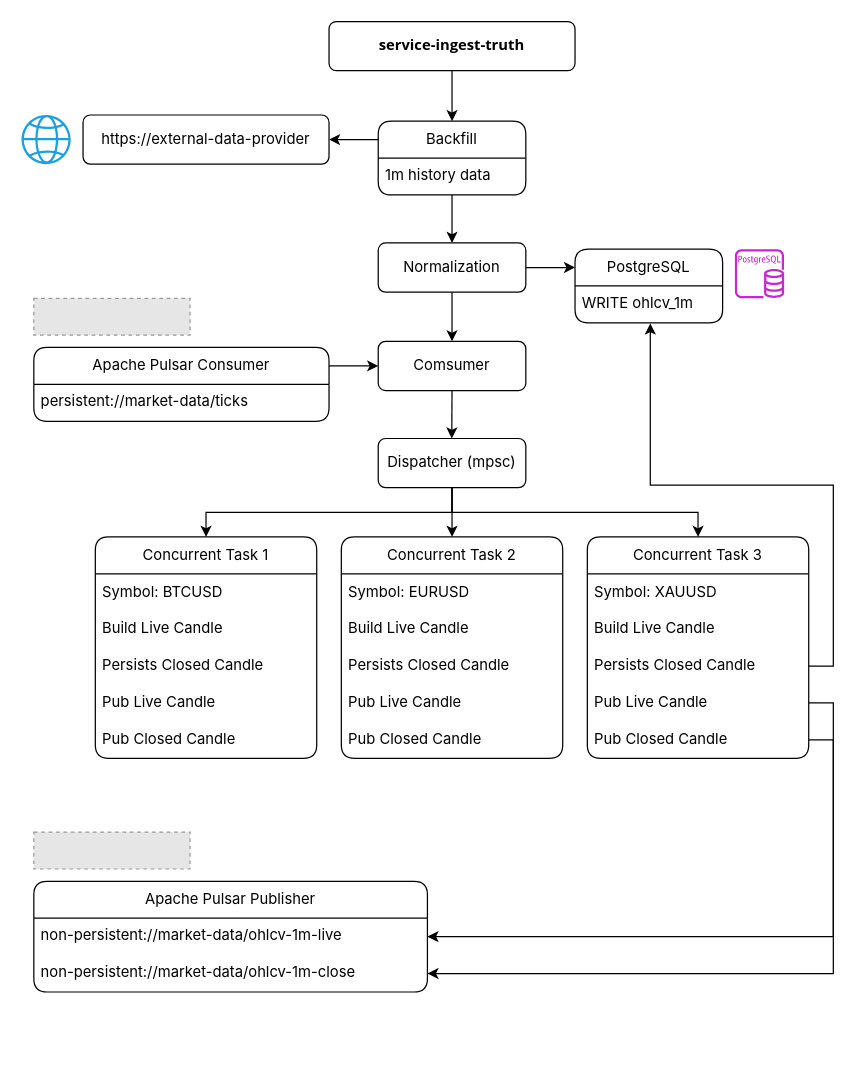
rey-sudo/blacker keeps this draw.io diagram as backend/service-docs/docs/assets/service-ingest-truth.drawio. Above is the earlier version. Source tidied: cells renumbered, new cells numbered last; positions are measured from the earlier drawing's top-left corner, leaving out a move shared by most shapes. Both pictures are drawn from the tidied source at 123%, with x=0, y=0 at pixel (21, 21). Pictures stored in the file or linked from it are replaced by grey dashed boxes.
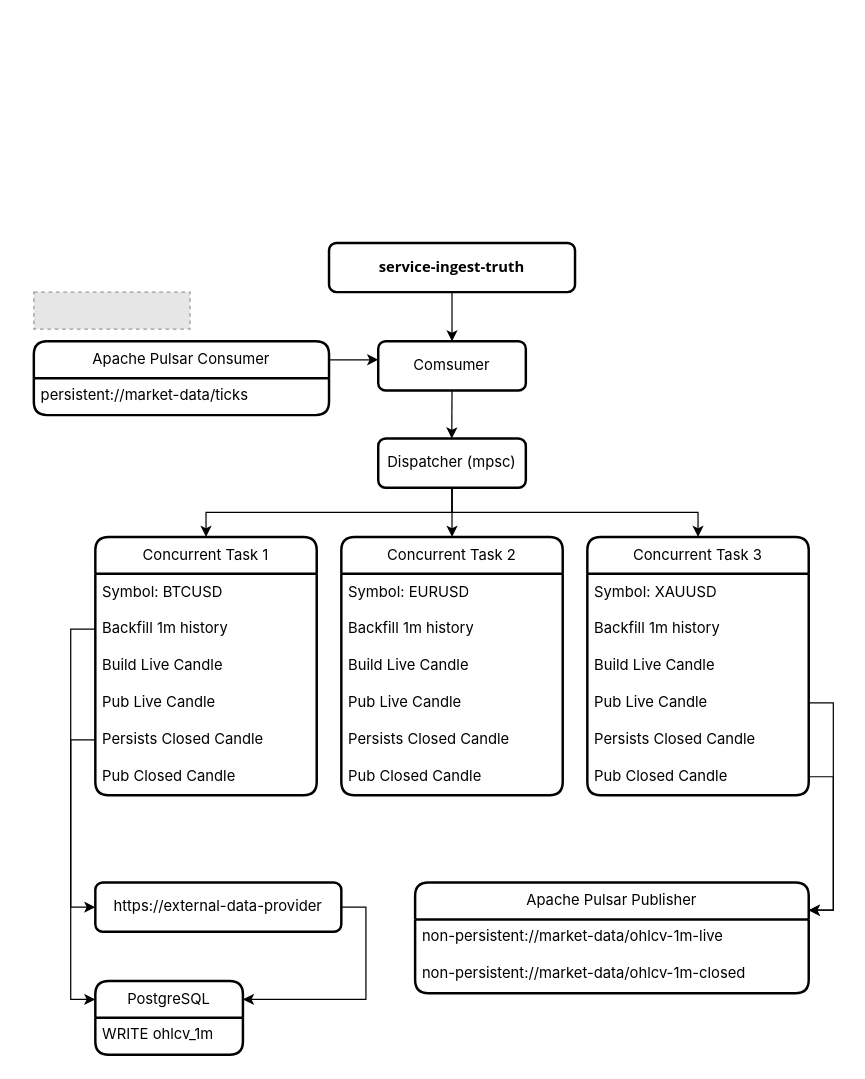
The same diagram, later.

The change refers to these unchanged cells:
```xml
<mxCell id="31" value="Pub Live Candle" style="text;strokeColor=none;fillColor=none;align=left;verticalAlign=middle;spacingLeft=4;spacingRight=4;overflow=hidden;points=[[0,0.5],[1,0.5]];portConstraint=eastwest;whiteSpace=wrap;html=1;arcSize=12;fontFamily=Inter;" parent="27" vertex="1">
  <mxGeometry y="120" width="180" height="30" as="geometry" />
</mxCell>
<mxCell id="49" value="non-persistent://market-data/ohlcv-1m-live" style="text;strokeColor=none;fillColor=none;align=left;verticalAlign=top;spacingLeft=4;spacingRight=4;overflow=hidden;points=[[0,0.5],[1,0.5]];portConstraint=eastwest;whiteSpace=wrap;html=1;fontSize=12;fontFamily=Inter;" parent="48" vertex="1">
  <mxGeometry y="30" width="320" height="30" as="geometry" />
</mxCell>
```

What changed in the source:
```diff
@@
-    <mxCell id="2" style="edgeStyle=orthogonalEdgeStyle;rounded=0;jettySize=auto;html=1;exitX=0.5;exitY=1;exitDx=0;exitDy=0;entryX=0.5;entryY=0;entryDx=0;entryDy=0;fontFamily=Inter;" parent="1" edge="1" source="3" target="4">
-      <mxGeometry relative="1" as="geometry" />
-    </mxCell>
+    <mxCell id="53" style="edgeStyle=orthogonalEdgeStyle;rounded=0;jettySize=auto;html=1;exitX=0.5;exitY=1;exitDx=0;exitDy=0;entryX=0.5;entryY=0;entryDx=0;entryDy=0;" parent="1" edge="1" source="3" target="13">
+      <mxGeometry relative="1" as="geometry" />
+    </mxCell>
-    <mxCell id="3" value="&lt;b&gt;&lt;font face=&quot;Open Sans&quot;&gt;service-ingest-truth&lt;/font&gt;&lt;/b&gt;" style="rounded=1;whiteSpace=wrap;html=1;fontFamily=Inter;fontSize=12;" parent="1" vertex="1">
-      <mxGeometry x="250" width="200" height="40" as="geometry" />
+    <mxCell id="3" value="&lt;b&gt;&lt;font face=&quot;Open Sans&quot;&gt;service-ingest-truth&lt;/font&gt;&lt;/b&gt;" style="rounded=1;whiteSpace=wrap;html=1;fontFamily=Inter;fontSize=12;strokeWidth=2;" parent="1" vertex="1">
+      <mxGeometry x="250" y="180" width="200" height="40" as="geometry" />
     </mxCell>
-    <mxCell id="4" value="Backfill" style="swimlane;fontStyle=0;horizontal=1;startSize=30;whiteSpace=wrap;html=1;fontFamily=Inter;fontSize=12;verticalAlign=middle;rounded=1;arcSize=12;" parent="1" vertex="1">
-      <mxGeometry x="290" y="81" width="120" height="60" as="geometry" />
-    </mxCell>
-    <mxCell id="5" value="1m history data" style="text;strokeColor=none;fillColor=none;align=left;verticalAlign=top;spacingLeft=4;spacingRight=4;overflow=hidden;points=[[0,0.5],[1,0.5]];portConstraint=eastwest;whiteSpace=wrap;html=1;fontFamily=Inter;fontSize=12;" parent="4" vertex="1">
-      <mxGeometry y="30" width="120" height="30" as="geometry" />
-    </mxCell>
-    <mxCell id="6" style="edgeStyle=orthogonalEdgeStyle;rounded=0;jettySize=auto;html=1;exitX=0.5;exitY=1;exitDx=0;exitDy=0;entryX=0.5;entryY=0;entryDx=0;entryDy=0;fontFamily=Inter;" parent="1" edge="1" source="8">
-      <mxGeometry relative="1" as="geometry">
-        <mxPoint x="350" y="260" as="targetPoint" />
-      </mxGeometry>
-    </mxCell>
-    <mxCell id="7" style="edgeStyle=orthogonalEdgeStyle;rounded=0;jettySize=auto;html=1;exitX=1;exitY=0.5;exitDx=0;exitDy=0;entryX=0;entryY=0.25;entryDx=0;entryDy=0;fontFamily=Inter;" parent="1" edge="1" source="8" target="42">
-      <mxGeometry relative="1" as="geometry" />
-    </mxCell>
-    <mxCell id="8" value="&lt;font&gt;Normalization&lt;/font&gt;" style="rounded=1;whiteSpace=wrap;html=1;fontFamily=Inter;" parent="1" vertex="1">
-      <mxGeometry x="290" y="180" width="120" height="40" as="geometry" />
-    </mxCell>
     <mxCell id="9" style="fillColor=#E6E6E6;strokeColor=#999999;dashed=1;fontFamily=Inter;" parent="1" vertex="1">
-      <mxGeometry x="10" y="225" width="127" height="30" as="geometry" />
+      <mxGeometry x="10" y="220" width="127" height="30" as="geometry" />
     </mxCell>
-    <mxCell id="10" style="edgeStyle=orthogonalEdgeStyle;rounded=0;jettySize=auto;html=1;exitX=0.5;exitY=0;exitDx=0;exitDy=0;entryX=0.5;entryY=1;entryDx=0;entryDy=0;entryPerimeter=0;startArrow=classic;startFill=1;endArrow=none;endFill=0;fontFamily=Inter;" parent="1" edge="1" source="8" target="5">
-      <mxGeometry relative="1" as="geometry" />
-    </mxCell>
-    <mxCell id="11" style="edgeStyle=orthogonalEdgeStyle;rounded=0;jettySize=auto;html=1;exitX=1;exitY=0.5;exitDx=0;exitDy=0;entryX=0;entryY=0.25;entryDx=0;entryDy=0;endArrow=none;endFill=0;startArrow=classic;startFill=1;fontFamily=Inter;" parent="1" edge="1" source="39" target="4">
-      <mxGeometry relative="1" as="geometry">
-        <Array as="points">
-          <mxPoint x="270" y="96" />
-          <mxPoint x="270" y="96" />
-        </Array>
-      </mxGeometry>
-    </mxCell>
-    <mxCell id="12" style="edgeStyle=orthogonalEdgeStyle;rounded=0;jettySize=auto;html=1;exitX=0.5;exitY=1;exitDx=0;exitDy=0;fontFamily=Inter;" parent="1" edge="1" source="13">
+    <mxCell id="12" style="edgeStyle=orthogonalEdgeStyle;rounded=0;orthogonalLoop=1;jettySize=auto;html=1;exitX=0.5;exitY=1;exitDx=0;exitDy=0;fontFamily=Inter;" parent="1" edge="1">
       <mxGeometry relative="1" as="geometry">
+        <mxPoint x="350" y="300" as="sourcePoint" />
         <mxPoint x="349.8" y="339" as="targetPoint" />
       </mxGeometry>
     </mxCell>
-    <mxCell id="13" value="&lt;font&gt;Comsumer&lt;/font&gt;" style="rounded=1;whiteSpace=wrap;html=1;fontFamily=Inter;" parent="1" vertex="1">
-      <mxGeometry x="290" y="260" width="120" height="40" as="geometry" />
-    </mxCell>
-    <mxCell id="14" style="edgeStyle=orthogonalEdgeStyle;rounded=0;jettySize=auto;html=1;exitX=1;exitY=0.25;exitDx=0;exitDy=0;entryX=0;entryY=0.5;entryDx=0;entryDy=0;fontFamily=Inter;" parent="1" edge="1" source="15" target="13">
-      <mxGeometry relative="1" as="geometry" />
+    <mxCell id="14" style="edgeStyle=orthogonalEdgeStyle;rounded=0;jettySize=auto;html=1;exitX=1;exitY=0.25;exitDx=0;exitDy=0;entryX=0;entryY=0.5;entryDx=0;entryDy=0;fontFamily=Inter;" parent="1" edge="1" source="15">
+      <mxGeometry relative="1" as="geometry">
+        <mxPoint x="290" y="275" as="targetPoint" />
+      </mxGeometry>
     </mxCell>
-    <mxCell id="15" value="Apache Pulsar Consumer" style="swimlane;fontStyle=0;horizontal=1;startSize=30;whiteSpace=wrap;html=1;fontSize=12;fontFamily=Inter;verticalAlign=middle;rounded=1;arcSize=12;" parent="1" vertex="1">
-      <mxGeometry x="10" y="265" width="240" height="60" as="geometry" />
+    <mxCell id="15" value="Apache Pulsar Consumer" style="swimlane;fontStyle=0;horizontal=1;startSize=30;whiteSpace=wrap;html=1;fontSize=12;fontFamily=Inter;verticalAlign=middle;rounded=1;arcSize=12;strokeWidth=2;" parent="1" vertex="1">
+      <mxGeometry x="10" y="260" width="240" height="60" as="geometry" />
     </mxCell>
@@
-    <mxCell id="20" value="Dispatcher (mpsc)" style="rounded=1;whiteSpace=wrap;html=1;fontFamily=Inter;" parent="1" vertex="1">
+    <mxCell id="20" value="Dispatcher (mpsc)" style="rounded=1;whiteSpace=wrap;html=1;fontFamily=Inter;strokeWidth=2;" parent="1" vertex="1">
       <mxGeometry x="290" y="339" width="120" height="40" as="geometry" />
     </mxCell>
-    <mxCell id="21" value="Concurrent Task 2" style="swimlane;fontStyle=0;horizontal=1;startSize=30;whiteSpace=wrap;html=1;rounded=1;arcSize=12;fontFamily=Inter;" parent="1" vertex="1">
-      <mxGeometry x="260" y="419" width="180" height="180" as="geometry" />
+    <mxCell id="21" value="Concurrent Task 2" style="swimlane;fontStyle=0;horizontal=1;startSize=30;whiteSpace=wrap;html=1;rounded=1;arcSize=12;fontFamily=Inter;strokeWidth=2;" parent="1" vertex="1">
+      <mxGeometry x="260" y="419" width="180" height="210" as="geometry" />
     </mxCell>
@@
-    <mxCell id="23" value="Build Live Candle" style="text;strokeColor=none;fillColor=none;align=left;verticalAlign=middle;spacingLeft=4;spacingRight=4;overflow=hidden;whiteSpace=wrap;html=1;arcSize=12;fontFamily=Inter;" parent="21" vertex="1">
-      <mxGeometry y="60" width="180" height="30" as="geometry" />
-    </mxCell>
+    <mxCell id="54" value="Backfill 1m history" style="text;strokeColor=none;fillColor=none;align=left;verticalAlign=middle;spacingLeft=4;spacingRight=4;overflow=hidden;whiteSpace=wrap;html=1;arcSize=12;fontFamily=Inter;" parent="21" vertex="1">
+      <mxGeometry y="60" width="180" height="30" as="geometry" />
+    </mxCell>
+    <mxCell id="55" value="Build Live Candle" style="text;strokeColor=none;fillColor=none;align=left;verticalAlign=middle;spacingLeft=4;spacingRight=4;overflow=hidden;whiteSpace=wrap;html=1;arcSize=12;fontFamily=Inter;" parent="21" vertex="1">
+      <mxGeometry y="90" width="180" height="30" as="geometry" />
+    </mxCell>
-    <mxCell id="24" value="Persists Closed Candle" style="text;strokeColor=none;fillColor=none;align=left;verticalAlign=middle;spacingLeft=4;spacingRight=4;overflow=hidden;whiteSpace=wrap;html=1;arcSize=12;fontFamily=Inter;" parent="21" vertex="1">
-      <mxGeometry y="90" width="180" height="30" as="geometry" />
+    <mxCell id="24" value="Pub Live Candle" style="text;strokeColor=none;fillColor=none;align=left;verticalAlign=middle;spacingLeft=4;spacingRight=4;overflow=hidden;whiteSpace=wrap;html=1;arcSize=12;fontFamily=Inter;" parent="21" vertex="1">
+      <mxGeometry y="120" width="180" height="30" as="geometry" />
     </mxCell>
-    <mxCell id="25" value="Pub Live Candle" style="text;strokeColor=none;fillColor=none;align=left;verticalAlign=middle;spacingLeft=4;spacingRight=4;overflow=hidden;whiteSpace=wrap;html=1;arcSize=12;fontFamily=Inter;" parent="21" vertex="1">
-      <mxGeometry y="120" width="180" height="30" as="geometry" />
+    <mxCell id="25" value="Persists Closed Candle" style="text;strokeColor=none;fillColor=none;align=left;verticalAlign=middle;spacingLeft=4;spacingRight=4;overflow=hidden;whiteSpace=wrap;html=1;arcSize=12;fontFamily=Inter;" parent="21" vertex="1">
+      <mxGeometry y="150" width="180" height="30" as="geometry" />
     </mxCell>
     <mxCell id="26" value="Pub Closed Candle" style="text;strokeColor=none;fillColor=none;align=left;verticalAlign=middle;spacingLeft=4;spacingRight=4;overflow=hidden;whiteSpace=wrap;html=1;arcSize=12;fontFamily=Inter;" parent="21" vertex="1">
-      <mxGeometry y="150" width="180" height="30" as="geometry" />
+      <mxGeometry y="180" width="180" height="30" as="geometry" />
     </mxCell>
-    <mxCell id="27" value="Concurrent Task 3" style="swimlane;fontStyle=0;horizontal=1;startSize=30;whiteSpace=wrap;html=1;rounded=1;arcSize=12;fontFamily=Inter;" parent="1" vertex="1">
-      <mxGeometry x="460" y="419" width="180" height="180" as="geometry" />
+    <mxCell id="27" value="Concurrent Task 3" style="swimlane;fontStyle=0;horizontal=1;startSize=30;whiteSpace=wrap;html=1;rounded=1;arcSize=12;fontFamily=Inter;strokeWidth=2;" parent="1" vertex="1">
+      <mxGeometry x="460" y="419" width="180" height="210" as="geometry" />
     </mxCell>
@@
-    <mxCell id="29" value="Build Live Candle" style="text;strokeColor=none;fillColor=none;align=left;verticalAlign=middle;spacingLeft=4;spacingRight=4;overflow=hidden;whiteSpace=wrap;html=1;arcSize=12;fontFamily=Inter;" parent="27" vertex="1">
+    <mxCell id="29" value="Backfill 1m history" style="text;strokeColor=none;fillColor=none;align=left;verticalAlign=middle;spacingLeft=4;spacingRight=4;overflow=hidden;whiteSpace=wrap;html=1;arcSize=12;fontFamily=Inter;" parent="27" vertex="1">
       <mxGeometry y="60" width="180" height="30" as="geometry" />
     </mxCell>
-    <mxCell id="30" value="Persists Closed Candle" style="text;strokeColor=none;fillColor=none;align=left;verticalAlign=middle;spacingLeft=4;spacingRight=4;overflow=hidden;points=[[0,0.5],[1,0.5]];portConstraint=eastwest;whiteSpace=wrap;html=1;arcSize=12;fontFamily=Inter;" parent="27" vertex="1">
+    <mxCell id="30" value="Build Live Candle" style="text;strokeColor=none;fillColor=none;align=left;verticalAlign=middle;spacingLeft=4;spacingRight=4;overflow=hidden;points=[[0,0.5],[1,0.5]];portConstraint=eastwest;whiteSpace=wrap;html=1;arcSize=12;fontFamily=Inter;" parent="27" vertex="1">
       <mxGeometry y="90" width="180" height="30" as="geometry" />
     </mxCell>
@@
+    <mxCell id="56" value="Persists Closed Candle" style="text;strokeColor=none;fillColor=none;align=left;verticalAlign=middle;spacingLeft=4;spacingRight=4;overflow=hidden;whiteSpace=wrap;html=1;arcSize=12;fontFamily=Inter;" parent="27" vertex="1">
+      <mxGeometry y="150" width="180" height="30" as="geometry" />
+    </mxCell>
     <mxCell id="32" value="Pub Closed Candle" style="text;strokeColor=none;fillColor=none;align=left;verticalAlign=middle;spacingLeft=4;spacingRight=4;overflow=hidden;points=[[0,0.5],[1,0.5]];portConstraint=eastwest;whiteSpace=wrap;html=1;arcSize=12;fontFamily=Inter;" parent="27" vertex="1">
-      <mxGeometry y="150" width="180" height="30" as="geometry" />
+      <mxGeometry y="180" width="180" height="30" as="geometry" />
     </mxCell>
-    <mxCell id="33" value="Concurrent Task 1" style="swimlane;fontStyle=0;horizontal=1;startSize=30;whiteSpace=wrap;html=1;rounded=1;arcSize=12;fontFamily=Inter;" parent="1" vertex="1">
-      <mxGeometry x="60" y="419" width="180" height="180" as="geometry" />
+    <mxCell id="33" value="Concurrent Task 1" style="swimlane;fontStyle=0;horizontal=1;startSize=30;whiteSpace=wrap;html=1;rounded=1;arcSize=12;fontFamily=Inter;strokeWidth=2;" parent="1" vertex="1">
+      <mxGeometry x="60" y="419" width="180" height="210" as="geometry" />
     </mxCell>
@@
-    <mxCell id="35" value="Build Live Candle" style="text;strokeColor=none;fillColor=none;align=left;verticalAlign=middle;spacingLeft=4;spacingRight=4;overflow=hidden;points=[[0,0.5],[1,0.5]];portConstraint=eastwest;whiteSpace=wrap;html=1;arcSize=12;fontFamily=Inter;" parent="33" vertex="1">
+    <mxCell id="35" value="Backfill 1m history" style="text;strokeColor=none;fillColor=none;align=left;verticalAlign=middle;spacingLeft=4;spacingRight=4;overflow=hidden;points=[[0,0.5],[1,0.5]];portConstraint=eastwest;whiteSpace=wrap;html=1;arcSize=12;fontFamily=Inter;" parent="33" vertex="1">
       <mxGeometry y="60" width="180" height="30" as="geometry" />
     </mxCell>
+    <mxCell id="57" value="Build Live Candle" style="text;strokeColor=none;fillColor=none;align=left;verticalAlign=middle;spacingLeft=4;spacingRight=4;overflow=hidden;whiteSpace=wrap;html=1;arcSize=12;fontFamily=Inter;" parent="33" vertex="1">
+      <mxGeometry y="90" width="180" height="30" as="geometry" />
+    </mxCell>
-    <mxCell id="36" value="Persists Closed Candle" style="text;strokeColor=none;fillColor=none;align=left;verticalAlign=middle;spacingLeft=4;spacingRight=4;overflow=hidden;whiteSpace=wrap;html=1;arcSize=12;fontFamily=Inter;" parent="33" vertex="1">
-      <mxGeometry y="90" width="180" height="30" as="geometry" />
+    <mxCell id="36" value="Pub Live Candle" style="text;strokeColor=none;fillColor=none;align=left;verticalAlign=middle;spacingLeft=4;spacingRight=4;overflow=hidden;whiteSpace=wrap;html=1;arcSize=12;fontFamily=Inter;" parent="33" vertex="1">
+      <mxGeometry y="120" width="180" height="30" as="geometry" />
     </mxCell>
-    <mxCell id="37" value="Pub Live Candle" style="text;strokeColor=none;fillColor=none;align=left;verticalAlign=middle;spacingLeft=4;spacingRight=4;overflow=hidden;points=[[0,0.5],[1,0.5]];portConstraint=eastwest;whiteSpace=wrap;html=1;arcSize=12;fontFamily=Inter;" parent="33" vertex="1">
-      <mxGeometry y="120" width="180" height="30" as="geometry" />
+    <mxCell id="37" value="Persists Closed Candle" style="text;strokeColor=none;fillColor=none;align=left;verticalAlign=middle;spacingLeft=4;spacingRight=4;overflow=hidden;points=[[0,0.5],[1,0.5]];portConstraint=eastwest;whiteSpace=wrap;html=1;arcSize=12;fontFamily=Inter;" parent="33" vertex="1">
+      <mxGeometry y="150" width="180" height="30" as="geometry" />
     </mxCell>
     <mxCell id="38" value="Pub Closed Candle" style="text;strokeColor=none;fillColor=none;align=left;verticalAlign=middle;spacingLeft=4;spacingRight=4;overflow=hidden;whiteSpace=wrap;html=1;arcSize=12;fontFamily=Inter;" parent="33" vertex="1">
-      <mxGeometry y="150" width="180" height="30" as="geometry" />
+      <mxGeometry y="180" width="180" height="30" as="geometry" />
     </mxCell>
+    <mxCell id="58" style="edgeStyle=orthogonalEdgeStyle;rounded=0;jettySize=auto;html=1;exitX=1;exitY=0.5;exitDx=0;exitDy=0;entryX=1;entryY=0.25;entryDx=0;entryDy=0;" parent="1" edge="1" source="39" target="42">
+      <mxGeometry relative="1" as="geometry" />
+    </mxCell>
-    <mxCell id="39" value="https://external-data-provider" style="rounded=1;whiteSpace=wrap;html=1;fontFamily=Inter;fontSize=12;" parent="1" vertex="1">
-      <mxGeometry x="50" y="76" width="200" height="40" as="geometry" />
+    <mxCell id="39" value="https://external-data-provider" style="rounded=1;whiteSpace=wrap;html=1;fontFamily=Inter;fontSize=12;strokeWidth=2;" parent="1" vertex="1">
+      <mxGeometry x="60" y="700" width="200" height="40" as="geometry" />
     </mxCell>
-    <mxCell id="40" style="sketch=0;fontColor=#ffffff;fillColor=#1ba1e2;strokeColor=#006EAF;verticalLabelPosition=bottom;verticalAlign=top;align=center;html=1;fontSize=12;fontStyle=0;shape=mxgraph.aws4.globe;fontFamily=Inter;" parent="1" vertex="1">
-      <mxGeometry y="76" width="40" height="40" as="geometry" />
-    </mxCell>
-    <mxCell id="41" style="group;fontFamily=Inter;" parent="1" vertex="1">
-      <mxGeometry x="450" y="185" width="170" height="60" as="geometry" />
-    </mxCell>
-    <mxCell id="42" value="PostgreSQL" style="swimlane;fontStyle=0;horizontal=1;startSize=30;whiteSpace=wrap;html=1;fontSize=12;fontFamily=Inter;verticalAlign=middle;rounded=1;arcSize=12;" parent="41" vertex="1">
-      <mxGeometry width="120" height="60" as="geometry" />
-    </mxCell>
-    <mxCell id="43" value="WRITE ohlcv_1m" style="text;strokeColor=none;fillColor=none;align=left;verticalAlign=top;spacingLeft=4;spacingRight=4;overflow=hidden;points=[[0,0.5],[1,0.5]];portConstraint=eastwest;whiteSpace=wrap;html=1;fontSize=12;fontFamily=Inter;" parent="42" vertex="1">
-      <mxGeometry y="30" width="120" height="30" as="geometry" />
-    </mxCell>
-    <mxCell id="44" style="sketch=0;fontColor=#232F3E;gradientColor=none;fillColor=#C925D1;strokeColor=none;verticalLabelPosition=bottom;verticalAlign=top;align=center;html=1;fontSize=12;fontStyle=0;shape=mxgraph.aws4.rds_postgresql_instance;fontFamily=Inter;" parent="41" vertex="1">
-      <mxGeometry x="130" width="40" height="40" as="geometry" />
-    </mxCell>
-    <mxCell id="45" style="edgeStyle=orthogonalEdgeStyle;rounded=0;jettySize=auto;html=1;exitX=1;exitY=0.5;exitDx=0;exitDy=0;entryX=0.51;entryY=1.017;entryDx=0;entryDy=0;entryPerimeter=0;fontFamily=Inter;" parent="1" edge="1" source="30" target="43">
-      <mxGeometry relative="1" as="geometry" />
-    </mxCell>
-    <mxCell id="46" style="group;fontFamily=Inter;" parent="1" vertex="1">
-      <mxGeometry x="10" y="659" width="320" height="130" as="geometry" />
-    </mxCell>
-    <mxCell id="47" style="fillColor=#E6E6E6;strokeColor=#999999;dashed=1;fontFamily=Inter;" parent="46" vertex="1">
-      <mxGeometry width="127" height="30" as="geometry" />
-    </mxCell>
+    <mxCell id="13" value="&lt;font&gt;Comsumer&lt;/font&gt;" style="rounded=1;whiteSpace=wrap;html=1;fontFamily=Inter;strokeWidth=2;" parent="1" vertex="1">
+      <mxGeometry x="290" y="260" width="120" height="40" as="geometry" />
+    </mxCell>
-    <mxCell id="48" value="Apache Pulsar Publisher" style="swimlane;fontStyle=0;horizontal=1;startSize=30;whiteSpace=wrap;html=1;fontSize=12;fontFamily=Inter;verticalAlign=middle;rounded=1;arcSize=12;" parent="46" vertex="1">
-      <mxGeometry y="40" width="320" height="90" as="geometry" />
+    <mxCell id="48" value="Apache Pulsar Publisher" style="swimlane;fontStyle=0;horizontal=1;startSize=30;whiteSpace=wrap;html=1;fontSize=12;fontFamily=Inter;verticalAlign=middle;rounded=1;arcSize=12;strokeWidth=2;" parent="1" vertex="1">
+      <mxGeometry x="320" y="700" width="320" height="90" as="geometry" />
     </mxCell>
@@
-    <mxCell id="50" value="non-persistent://market-data/ohlcv-1m-close" style="text;strokeColor=none;fillColor=none;align=left;verticalAlign=top;spacingLeft=4;spacingRight=4;overflow=hidden;points=[[0,0.5],[1,0.5]];portConstraint=eastwest;whiteSpace=wrap;html=1;fontSize=12;fontFamily=Inter;" parent="48" vertex="1">
+    <mxCell id="50" value="non-persistent://market-data/ohlcv-1m-closed" style="text;strokeColor=none;fillColor=none;align=left;verticalAlign=top;spacingLeft=4;spacingRight=4;overflow=hidden;points=[[0,0.5],[1,0.5]];portConstraint=eastwest;whiteSpace=wrap;html=1;fontSize=12;fontFamily=Inter;" parent="48" vertex="1">
       <mxGeometry y="60" width="320" height="30" as="geometry" />
     </mxCell>
-    <mxCell id="51" style="edgeStyle=orthogonalEdgeStyle;rounded=0;jettySize=auto;html=1;exitX=1;exitY=0.5;exitDx=0;exitDy=0;entryX=1;entryY=0.5;entryDx=0;entryDy=0;fontFamily=Inter;" parent="1" edge="1" source="31" target="49">
-      <mxGeometry relative="1" as="geometry" />
-    </mxCell>
-    <mxCell id="52" style="edgeStyle=orthogonalEdgeStyle;rounded=0;jettySize=auto;html=1;exitX=1;exitY=0.5;exitDx=0;exitDy=0;entryX=1;entryY=0.5;entryDx=0;entryDy=0;fontFamily=Inter;" parent="1" edge="1" source="32" target="50">
-      <mxGeometry relative="1" as="geometry" />
-    </mxCell>
+    <mxCell id="42" value="PostgreSQL" style="swimlane;fontStyle=0;horizontal=1;startSize=30;whiteSpace=wrap;html=1;fontSize=12;fontFamily=Inter;verticalAlign=middle;rounded=1;arcSize=12;strokeWidth=2;" parent="1" vertex="1">
+      <mxGeometry x="60" y="780" width="120" height="60" as="geometry" />
+    </mxCell>
+    <mxCell id="43" value="WRITE ohlcv_1m" style="text;strokeColor=none;fillColor=none;align=left;verticalAlign=top;spacingLeft=4;spacingRight=4;overflow=hidden;points=[[0,0.5],[1,0.5]];portConstraint=eastwest;whiteSpace=wrap;html=1;fontSize=12;fontFamily=Inter;" parent="42" vertex="1">
+      <mxGeometry y="30" width="120" height="30" as="geometry" />
+    </mxCell>
+    <mxCell id="59" style="edgeStyle=orthogonalEdgeStyle;rounded=0;jettySize=auto;html=1;exitX=0;exitY=0.5;exitDx=0;exitDy=0;entryX=0;entryY=0.5;entryDx=0;entryDy=0;" parent="1" edge="1" source="35" target="39">
+      <mxGeometry relative="1" as="geometry" />
+    </mxCell>
+    <mxCell id="60" style="edgeStyle=orthogonalEdgeStyle;rounded=0;jettySize=auto;html=1;exitX=0;exitY=0.5;exitDx=0;exitDy=0;entryX=0;entryY=0.25;entryDx=0;entryDy=0;" parent="1" edge="1" source="37" target="42">
+      <mxGeometry relative="1" as="geometry" />
+    </mxCell>
+    <mxCell id="61" style="edgeStyle=orthogonalEdgeStyle;rounded=0;jettySize=auto;html=1;exitX=1;exitY=0.5;exitDx=0;exitDy=0;entryX=1;entryY=0.25;entryDx=0;entryDy=0;" parent="1" edge="1" source="32" target="48">
+      <mxGeometry relative="1" as="geometry" />
+    </mxCell>
+    <mxCell id="62" style="edgeStyle=orthogonalEdgeStyle;rounded=0;jettySize=auto;html=1;exitX=1;exitY=0.5;exitDx=0;exitDy=0;entryX=1;entryY=0.25;entryDx=0;entryDy=0;" parent="1" edge="1" source="31" target="48">
+      <mxGeometry relative="1" as="geometry" />
+    </mxCell>
```
